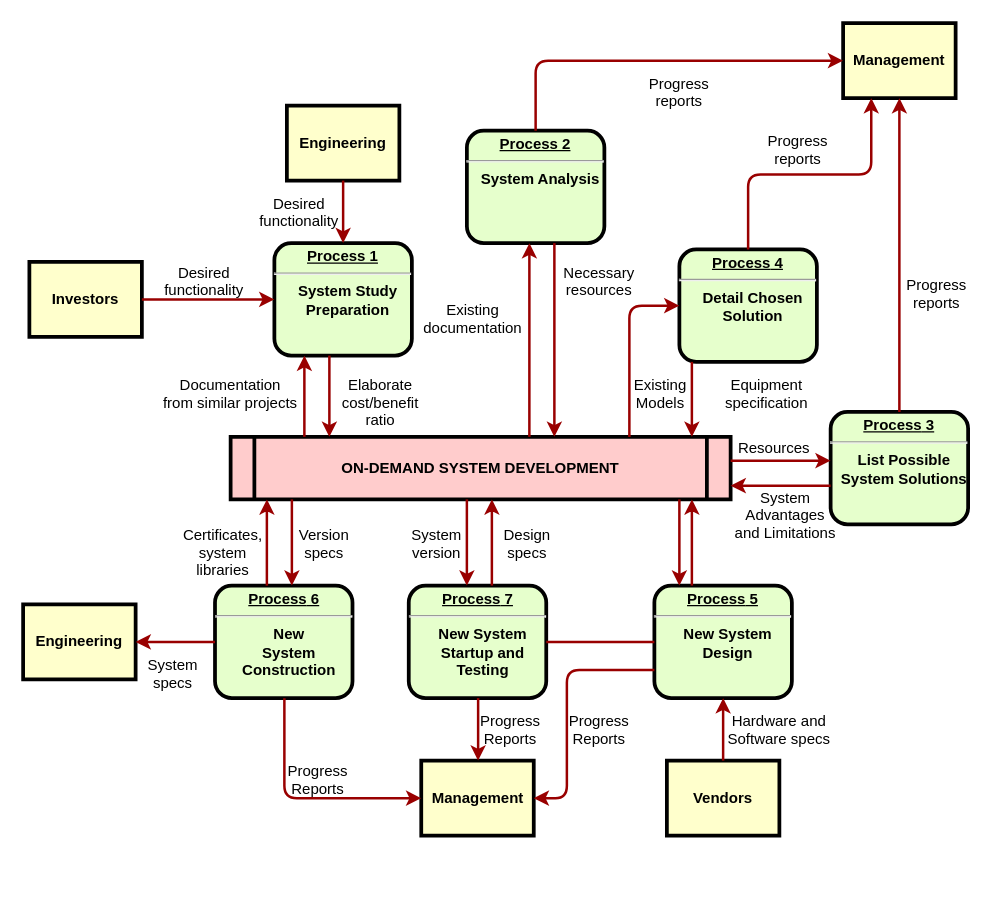
Before: system-chart.drawio.xml in kodama-gentaro/cansat_team_a, a draw.io diagram. Source tidied: cells renumbered, new cells numbered last; positions are measured from the earlier drawing's top-left corner, leaving out a move shared by most shapes. Both pictures are drawn from the tidied source at 125%, with x=0, y=0 at pixel (22, 22).
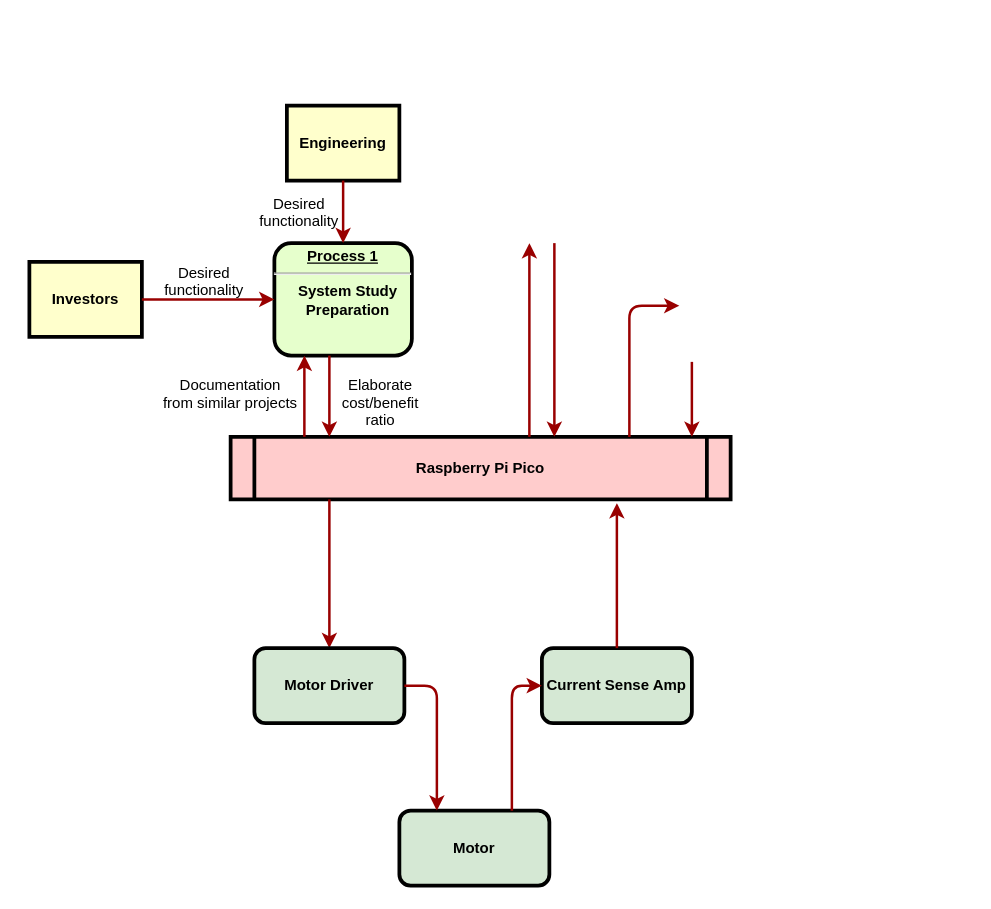
The same page after the edit.

Commit message (it also covers changes not shown here):
system-chart.drawio.xml を更新します

Change to the diagram source:
```diff
@@
-    <mxCell id="5" value="ON-DEMAND SYSTEM DEVELOPMENT" style="shape=process;whiteSpace=wrap;align=center;verticalAlign=middle;size=0.0475;fontStyle=1;strokeWidth=3;fillColor=#FFCCCC;" parent="1" vertex="1">
+    <mxCell id="5" value="Raspberry Pi Pico" style="shape=process;whiteSpace=wrap;align=center;verticalAlign=middle;size=0.0475;fontStyle=1;strokeWidth=3;fillColor=#FFCCCC;" parent="1" vertex="1">
       <mxGeometry x="166" y="331" width="400" height="50" as="geometry" />
     </mxCell>
-    <mxCell id="6" value="&lt;p style=&quot;margin: 0px; margin-top: 4px; text-align: center; text-decoration: underline;&quot;&gt;&lt;strong&gt;Process 2&lt;br /&gt;&lt;/strong&gt;&lt;/p&gt;&lt;hr /&gt;&lt;p style=&quot;margin: 0px; margin-left: 8px;&quot;&gt;System Analysis&lt;/p&gt;" style="verticalAlign=middle;align=center;overflow=fill;fontSize=12;fontFamily=Helvetica;html=1;rounded=1;fontStyle=1;strokeWidth=3;fillColor=#E6FFCC;" parent="1" vertex="1">
-      <mxGeometry x="355" y="86" width="110" height="90" as="geometry" />
-    </mxCell>
-    <mxCell id="7" value="&lt;p style=&quot;margin: 0px; margin-top: 4px; text-align: center; text-decoration: underline;&quot;&gt;&lt;strong&gt;&lt;strong&gt;Process&lt;/strong&gt; 3&lt;br /&gt;&lt;/strong&gt;&lt;/p&gt;&lt;hr /&gt;&lt;p style=&quot;margin: 0px; margin-left: 8px;&quot;&gt;List Possible&lt;/p&gt;&lt;p style=&quot;margin: 0px; margin-left: 8px;&quot;&gt;System Solutions&lt;/p&gt;" style="verticalAlign=middle;align=center;overflow=fill;fontSize=12;fontFamily=Helvetica;html=1;rounded=1;fontStyle=1;strokeWidth=3;fillColor=#E6FFCC;" parent="1" vertex="1">
-      <mxGeometry x="646" y="311" width="110" height="90" as="geometry" />
-    </mxCell>
-    <mxCell id="8" value="&lt;p style=&quot;margin: 0px; margin-top: 4px; text-align: center; text-decoration: underline;&quot;&gt;&lt;strong&gt;&lt;strong&gt;Process&lt;/strong&gt; 4&lt;br /&gt;&lt;/strong&gt;&lt;/p&gt;&lt;hr /&gt;&lt;p style=&quot;margin: 0px; margin-left: 8px;&quot;&gt;Detail Chosen&lt;/p&gt;&lt;p style=&quot;margin: 0px; margin-left: 8px;&quot;&gt;Solution&lt;/p&gt;" style="verticalAlign=middle;align=center;overflow=fill;fontSize=12;fontFamily=Helvetica;html=1;rounded=1;fontStyle=1;strokeWidth=3;fillColor=#E6FFCC;" parent="1" vertex="1">
-      <mxGeometry x="525" y="181" width="110" height="90" as="geometry" />
-    </mxCell>
-    <mxCell id="9" value="&lt;p style=&quot;margin: 0px; margin-top: 4px; text-align: center; text-decoration: underline;&quot;&gt;&lt;strong&gt;&lt;strong&gt;Process&lt;/strong&gt; 5&lt;br /&gt;&lt;/strong&gt;&lt;/p&gt;&lt;hr /&gt;&lt;p style=&quot;margin: 0px; margin-left: 8px;&quot;&gt;New System&lt;/p&gt;&lt;p style=&quot;margin: 0px; margin-left: 8px;&quot;&gt;Design&lt;/p&gt;" style="verticalAlign=middle;align=center;overflow=fill;fontSize=12;fontFamily=Helvetica;html=1;rounded=1;fontStyle=1;strokeWidth=3;fillColor=#E6FFCC;" parent="1" vertex="1">
-      <mxGeometry x="505" y="450" width="110" height="90" as="geometry" />
-    </mxCell>
-    <mxCell id="10" value="&lt;p style=&quot;margin: 0px; margin-top: 4px; text-align: center; text-decoration: underline;&quot;&gt;&lt;strong&gt;&lt;strong&gt;Process&lt;/strong&gt; 6&lt;br /&gt;&lt;/strong&gt;&lt;/p&gt;&lt;hr /&gt;&lt;p style=&quot;margin: 0px; margin-left: 8px;&quot;&gt;New&lt;/p&gt;&lt;p style=&quot;margin: 0px; margin-left: 8px;&quot;&gt;System&lt;/p&gt;&lt;p style=&quot;margin: 0px; margin-left: 8px;&quot;&gt;Construction&lt;/p&gt;" style="verticalAlign=middle;align=center;overflow=fill;fontSize=12;fontFamily=Helvetica;html=1;rounded=1;fontStyle=1;strokeWidth=3;fillColor=#E6FFCC;" parent="1" vertex="1">
-      <mxGeometry x="153.5" y="450" width="110" height="90" as="geometry" />
-    </mxCell>
-    <mxCell id="11" value="Management" style="whiteSpace=wrap;align=center;verticalAlign=middle;fontStyle=1;strokeWidth=3;fillColor=#FFFFCC;" parent="1" vertex="1">
-      <mxGeometry x="656" width="90" height="60" as="geometry" />
-    </mxCell>
-    <mxCell id="12" value="Management" style="whiteSpace=wrap;align=center;verticalAlign=middle;fontStyle=1;strokeWidth=3;fillColor=#FFFFCC;" parent="1" vertex="1">
-      <mxGeometry x="318.5" y="590" width="90" height="60" as="geometry" />
-    </mxCell>
-    <mxCell id="13" value="Engineering" style="whiteSpace=wrap;align=center;verticalAlign=middle;fontStyle=1;strokeWidth=3;fillColor=#FFFFCC;" parent="1" vertex="1">
-      <mxGeometry y="465" width="90" height="60" as="geometry" />
-    </mxCell>
-    <mxCell id="14" value="Vendors" style="whiteSpace=wrap;align=center;verticalAlign=middle;fontStyle=1;strokeWidth=3;fillColor=#FFFFCC;" parent="1" vertex="1">
-      <mxGeometry x="515" y="590" width="90" height="60" as="geometry" />
-    </mxCell>
@@
-    <mxCell id="17" value="&lt;p style=&quot;margin: 0px; margin-top: 4px; text-align: center; text-decoration: underline;&quot;&gt;&lt;strong&gt;&lt;strong&gt;Process&lt;/strong&gt; 7&lt;br /&gt;&lt;/strong&gt;&lt;/p&gt;&lt;hr /&gt;&lt;p style=&quot;margin: 0px; margin-left: 8px;&quot;&gt;New System&lt;/p&gt;&lt;p style=&quot;margin: 0px; margin-left: 8px;&quot;&gt;Startup and&lt;/p&gt;&lt;p style=&quot;margin: 0px; margin-left: 8px;&quot;&gt;Testing&lt;/p&gt;" style="verticalAlign=middle;align=center;overflow=fill;fontSize=12;fontFamily=Helvetica;html=1;rounded=1;fontStyle=1;strokeWidth=3;fillColor=#E6FFCC;" parent="1" vertex="1">
-      <mxGeometry x="308.5" y="450" width="110" height="90" as="geometry" />
-    </mxCell>
-    <mxCell id="18" style="endArrow=none;noEdgeStyle=1;strokeColor=#990000;strokeWidth=2;" parent="1" edge="1" source="9" target="17">
-      <mxGeometry relative="1" as="geometry" />
-    </mxCell>
@@
-    <mxCell id="25" style="edgeStyle=elbowEdgeStyle;elbow=horizontal;strokeColor=#990000;strokeWidth=2;" parent="1" edge="1" source="5" target="6">
+    <mxCell id="25" style="edgeStyle=elbowEdgeStyle;elbow=horizontal;strokeColor=#990000;strokeWidth=2;" parent="1" edge="1" source="5">
       <mxGeometry relative="1" as="geometry">
+        <mxPoint x="405" y="176" as="targetPoint" />
         <Array as="points">
           <mxPoint x="405" y="250" />
         </Array>
       </mxGeometry>
     </mxCell>
-    <mxCell id="26" style="edgeStyle=elbowEdgeStyle;elbow=horizontal;strokeColor=#990000;strokeWidth=2;" parent="1" edge="1" source="6" target="5">
+    <mxCell id="26" style="edgeStyle=elbowEdgeStyle;elbow=horizontal;strokeColor=#990000;strokeWidth=2;" parent="1" edge="1" target="5">
       <mxGeometry relative="1" as="geometry">
+        <mxPoint x="425" y="176" as="sourcePoint" />
         <Array as="points">
           <mxPoint x="425" y="260" />
         </Array>
       </mxGeometry>
     </mxCell>
-    <mxCell id="27" value="Existing&#10;documentation" style="text;spacingTop=-5;align=center;" parent="1" vertex="1">
-      <mxGeometry x="345" y="221" width="30" height="20" as="geometry" />
-    </mxCell>
-    <mxCell id="28" value="Necessary&#10;resources" style="text;spacingTop=-5;align=center;" parent="1" vertex="1">
-      <mxGeometry x="446" y="191" width="30" height="20" as="geometry" />
-    </mxCell>
-    <mxCell id="29" value="Progress&#10;reports" style="text;spacingTop=-5;align=center;" parent="1" vertex="1">
-      <mxGeometry x="510" y="40" width="30" height="20" as="geometry" />
-    </mxCell>
-    <mxCell id="30" value="Progress&#10;reports" style="text;spacingTop=-5;align=center;" parent="1" vertex="1">
-      <mxGeometry x="605" y="86" width="30" height="20" as="geometry" />
-    </mxCell>
-    <mxCell id="31" value="Progress&#10;reports" style="text;spacingTop=-5;align=center;" parent="1" vertex="1">
-      <mxGeometry x="716" y="201" width="30" height="20" as="geometry" />
-    </mxCell>
-    <mxCell id="32" style="edgeStyle=elbowEdgeStyle;elbow=horizontal;strokeColor=#990000;strokeWidth=2;" parent="1" edge="1" source="6" target="11">
-      <mxGeometry relative="1" as="geometry">
-        <Array as="points">
-          <mxPoint x="410" y="80" />
-        </Array>
-      </mxGeometry>
-    </mxCell>
-    <mxCell id="33" style="edgeStyle=elbowEdgeStyle;elbow=vertical;entryX=0.25;entryY=1;strokeColor=#990000;strokeWidth=2;" parent="1" edge="1" source="8" target="11">
-      <mxGeometry relative="1" as="geometry" />
-    </mxCell>
-    <mxCell id="34" style="edgeStyle=elbowEdgeStyle;elbow=horizontal;strokeColor=#990000;strokeWidth=2;" parent="1" edge="1" source="7" target="11">
-      <mxGeometry relative="1" as="geometry" />
-    </mxCell>
-    <mxCell id="35" style="edgeStyle=elbowEdgeStyle;elbow=horizontal;strokeColor=#990000;strokeWidth=2;" parent="1" edge="1" source="8" target="5">
+    <mxCell id="35" style="edgeStyle=elbowEdgeStyle;elbow=horizontal;strokeColor=#990000;strokeWidth=2;" parent="1" edge="1" target="5">
       <mxGeometry relative="1" as="geometry">
+        <mxPoint x="535" y="271" as="sourcePoint" />
         <Array as="points">
           <mxPoint x="535" y="300" />
         </Array>
       </mxGeometry>
     </mxCell>
-    <mxCell id="36" style="edgeStyle=segmentEdgeStyle;strokeColor=#990000;strokeWidth=2;" parent="1" edge="1" source="5" target="8">
+    <mxCell id="36" style="edgeStyle=segmentEdgeStyle;strokeColor=#990000;strokeWidth=2;" parent="1" edge="1" source="5">
       <mxGeometry relative="1" as="geometry">
+        <mxPoint x="525" y="226.1" as="targetPoint" />
         <Array as="points">
           <mxPoint x="485" y="226" />
         </Array>
       </mxGeometry>
     </mxCell>
-    <mxCell id="37" value="Existing&#10;Models" style="text;spacingTop=-5;align=center;" parent="1" vertex="1">
-      <mxGeometry x="495" y="281" width="30" height="20" as="geometry" />
-    </mxCell>
-    <mxCell id="38" value="Equipment&#10;specification" style="text;spacingTop=-5;align=center;" parent="1" vertex="1">
-      <mxGeometry x="580" y="281" width="30" height="20" as="geometry" />
-    </mxCell>
-    <mxCell id="39" style="edgeStyle=elbowEdgeStyle;elbow=vertical;strokeColor=#990000;strokeWidth=2;" parent="1" edge="1" source="5" target="7">
-      <mxGeometry relative="1" as="geometry">
-        <Array as="points">
-          <mxPoint x="615" y="350" />
-        </Array>
-      </mxGeometry>
-    </mxCell>
-    <mxCell id="40" style="edgeStyle=elbowEdgeStyle;elbow=vertical;strokeColor=#990000;strokeWidth=2;" parent="1" edge="1" source="7" target="5">
-      <mxGeometry relative="1" as="geometry">
-        <Array as="points">
-          <mxPoint x="615" y="370" />
-        </Array>
-      </mxGeometry>
-    </mxCell>
-    <mxCell id="41" value="Resources" style="text;spacingTop=-5;align=center;" parent="1" vertex="1">
-      <mxGeometry x="586" y="331" width="30" height="20" as="geometry" />
-    </mxCell>
-    <mxCell id="42" value="System &#10;Advantages &#10;and Limitations" style="text;spacingTop=-5;align=center;" parent="1" vertex="1">
-      <mxGeometry x="595" y="371" width="30" height="20" as="geometry" />
-    </mxCell>
-    <mxCell id="43" style="edgeStyle=elbowEdgeStyle;elbow=horizontal;strokeColor=#990000;strokeWidth=2;" parent="1" edge="1" source="9" target="5">
-      <mxGeometry relative="1" as="geometry">
-        <Array as="points">
-          <mxPoint x="535" y="410" />
-        </Array>
-      </mxGeometry>
-    </mxCell>
-    <mxCell id="44" style="edgeStyle=elbowEdgeStyle;elbow=horizontal;strokeColor=#990000;strokeWidth=2;" parent="1" edge="1" source="5" target="9">
-      <mxGeometry relative="1" as="geometry">
-        <Array as="points">
-          <mxPoint x="525" y="420" />
-        </Array>
-      </mxGeometry>
-    </mxCell>
-    <mxCell id="45" style="edgeStyle=elbowEdgeStyle;elbow=horizontal;strokeColor=#990000;strokeWidth=2;" parent="1" edge="1" source="14" target="9">
-      <mxGeometry relative="1" as="geometry" />
-    </mxCell>
-    <mxCell id="46" value="Hardware and&#10;Software specs" style="text;spacingTop=-5;align=center;" parent="1" vertex="1">
-      <mxGeometry x="590" y="550" width="30" height="20" as="geometry" />
-    </mxCell>
-    <mxCell id="47" style="edgeStyle=elbowEdgeStyle;elbow=horizontal;exitX=0;exitY=0.75;strokeColor=#990000;strokeWidth=2;" parent="1" edge="1" source="9" target="12">
-      <mxGeometry relative="1" as="geometry">
-        <Array as="points">
-          <mxPoint x="435" y="570" />
-        </Array>
-      </mxGeometry>
-    </mxCell>
-    <mxCell id="48" value="Progress&#10;Reports" style="text;spacingTop=-5;align=center;" parent="1" vertex="1">
-      <mxGeometry x="446" y="550" width="30" height="20" as="geometry" />
-    </mxCell>
-    <mxCell id="49" style="edgeStyle=elbowEdgeStyle;elbow=horizontal;strokeColor=#990000;strokeWidth=2;" parent="1" edge="1" source="17" target="12">
-      <mxGeometry relative="1" as="geometry" />
-    </mxCell>
-    <mxCell id="50" value="Progress&#10;Reports" style="text;spacingTop=-5;align=center;" parent="1" vertex="1">
-      <mxGeometry x="375" y="550" width="30" height="20" as="geometry" />
-    </mxCell>
-    <mxCell id="51" style="edgeStyle=elbowEdgeStyle;elbow=horizontal;strokeColor=#990000;strokeWidth=2;" parent="1" edge="1" source="10" target="12">
-      <mxGeometry relative="1" as="geometry">
-        <Array as="points">
-          <mxPoint x="209" y="570" />
-        </Array>
-      </mxGeometry>
-    </mxCell>
-    <mxCell id="52" value="Progress&#10;Reports" style="text;spacingTop=-5;align=center;" parent="1" vertex="1">
-      <mxGeometry x="221" y="590" width="30" height="20" as="geometry" />
-    </mxCell>
-    <mxCell id="53" style="edgeStyle=elbowEdgeStyle;elbow=vertical;strokeColor=#990000;strokeWidth=2;" parent="1" edge="1" source="10" target="13">
-      <mxGeometry relative="1" as="geometry" />
-    </mxCell>
-    <mxCell id="54" style="edgeStyle=elbowEdgeStyle;elbow=horizontal;strokeColor=#990000;strokeWidth=2;" parent="1" edge="1" source="5" target="17">
-      <mxGeometry relative="1" as="geometry">
-        <Array as="points">
-          <mxPoint x="355" y="410" />
-        </Array>
-      </mxGeometry>
-    </mxCell>
-    <mxCell id="55" style="edgeStyle=elbowEdgeStyle;elbow=horizontal;strokeColor=#990000;strokeWidth=2;" parent="1" edge="1" source="17" target="5">
-      <mxGeometry relative="1" as="geometry">
-        <Array as="points">
-          <mxPoint x="375" y="410" />
-        </Array>
-      </mxGeometry>
-    </mxCell>
-    <mxCell id="56" value="Version&#10;specs" style="text;spacingTop=-5;align=center;" parent="1" vertex="1">
-      <mxGeometry x="226" y="401" width="30" height="20" as="geometry" />
-    </mxCell>
-    <mxCell id="57" value="Certificates,&#10;system&#10;libraries" style="text;spacingTop=-5;align=center;" parent="1" vertex="1">
-      <mxGeometry x="145" y="401" width="30" height="20" as="geometry" />
-    </mxCell>
-    <mxCell id="58" style="edgeStyle=elbowEdgeStyle;elbow=horizontal;strokeColor=#990000;strokeWidth=2;" parent="1" edge="1" source="5" target="10">
-      <mxGeometry relative="1" as="geometry">
-        <Array as="points">
-          <mxPoint x="215" y="410" />
-        </Array>
-      </mxGeometry>
-    </mxCell>
-    <mxCell id="59" style="edgeStyle=elbowEdgeStyle;elbow=horizontal;strokeColor=#990000;strokeWidth=2;" parent="1" edge="1" source="10" target="5">
-      <mxGeometry relative="1" as="geometry">
-        <Array as="points">
-          <mxPoint x="195" y="410" />
-        </Array>
-      </mxGeometry>
-    </mxCell>
-    <mxCell id="60" value="System&#10;specs" style="text;spacingTop=-5;align=center;" parent="1" vertex="1">
-      <mxGeometry x="105" y="505" width="30" height="20" as="geometry" />
-    </mxCell>
-    <mxCell id="61" value="Design&#10;specs" style="text;spacingTop=-5;align=center;" parent="1" vertex="1">
-      <mxGeometry x="388.5" y="401" width="30" height="20" as="geometry" />
-    </mxCell>
-    <mxCell id="62" value="System&#10;version" style="text;spacingTop=-5;align=center;" parent="1" vertex="1">
-      <mxGeometry x="316" y="401" width="30" height="20" as="geometry" />
-    </mxCell>
+    <mxCell id="63" style="edgeStyle=elbowEdgeStyle;elbow=horizontal;strokeColor=#990000;strokeWidth=2;" parent="1" edge="1">
+      <mxGeometry relative="1" as="geometry">
+        <mxPoint x="245" y="381" as="sourcePoint" />
+        <mxPoint x="245" y="500" as="targetPoint" />
+        <Array as="points">
+          <mxPoint x="245" y="465" />
+        </Array>
+      </mxGeometry>
+    </mxCell>
+    <mxCell id="64" value="&lt;font style=&quot;font-size: 12px;&quot;&gt;&lt;b&gt;&lt;font style=&quot;font-size: 12px;&quot;&gt;Motor&lt;/font&gt;&lt;/b&gt; &lt;b&gt;Driver&lt;/b&gt;&lt;/font&gt;" style="rounded=1;whiteSpace=wrap;html=1;strokeWidth=3;fillColor=#d5e8d4;strokeColor=#000000;" parent="1" vertex="1">
+      <mxGeometry x="185" y="500" width="120" height="60" as="geometry" />
+    </mxCell>
+    <mxCell id="65" value="&lt;div&gt;&lt;font style=&quot;font-size: 12px;&quot;&gt;&lt;b&gt;&lt;font style=&quot;font-size: 12px;&quot;&gt;Motor&lt;/font&gt;&lt;/b&gt;&lt;br&gt;&lt;/font&gt;&lt;/div&gt;" style="rounded=1;whiteSpace=wrap;html=1;strokeWidth=3;fillColor=#d5e8d4;strokeColor=#000000;" parent="1" vertex="1">
+      <mxGeometry x="301" y="630" width="120" height="60" as="geometry" />
+    </mxCell>
+    <mxCell id="66" style="edgeStyle=elbowEdgeStyle;elbow=horizontal;strokeColor=#990000;strokeWidth=2;entryX=0.25;entryY=0;entryDx=0;entryDy=0;exitX=1;exitY=0.5;exitDx=0;exitDy=0;" parent="1" edge="1" source="64" target="65">
+      <mxGeometry relative="1" as="geometry">
+        <Array as="points">
+          <mxPoint x="331" y="570" />
+          <mxPoint x="325" y="569" />
+        </Array>
+      </mxGeometry>
+    </mxCell>
+    <mxCell id="67" value="&lt;b&gt;Current Sense Amp&lt;br&gt;&lt;/b&gt;" style="rounded=1;whiteSpace=wrap;html=1;strokeWidth=3;fillColor=#d5e8d4;strokeColor=#000000;" parent="1" vertex="1">
+      <mxGeometry x="415" y="500" width="120" height="60" as="geometry" />
+    </mxCell>
+    <mxCell id="68" style="edgeStyle=elbowEdgeStyle;elbow=horizontal;strokeColor=#990000;strokeWidth=2;entryX=0;entryY=0.5;entryDx=0;entryDy=0;exitX=0.75;exitY=0;exitDx=0;exitDy=0;" parent="1" edge="1" source="65" target="67">
+      <mxGeometry relative="1" as="geometry">
+        <Array as="points">
+          <mxPoint x="391" y="590" />
+          <mxPoint x="365" y="580" />
+        </Array>
+      </mxGeometry>
+    </mxCell>
+    <mxCell id="69" style="edgeStyle=elbowEdgeStyle;elbow=horizontal;strokeColor=#990000;strokeWidth=2;exitX=0.5;exitY=0;exitDx=0;exitDy=0;entryX=0.773;entryY=1.06;entryDx=0;entryDy=0;entryPerimeter=0;" parent="1" edge="1" source="67" target="5">
+      <mxGeometry relative="1" as="geometry">
+        <Array as="points">
+          <mxPoint x="475" y="450" />
+          <mxPoint x="478" y="460" />
+          <mxPoint x="485" y="405" />
+        </Array>
+      </mxGeometry>
+    </mxCell>
```
